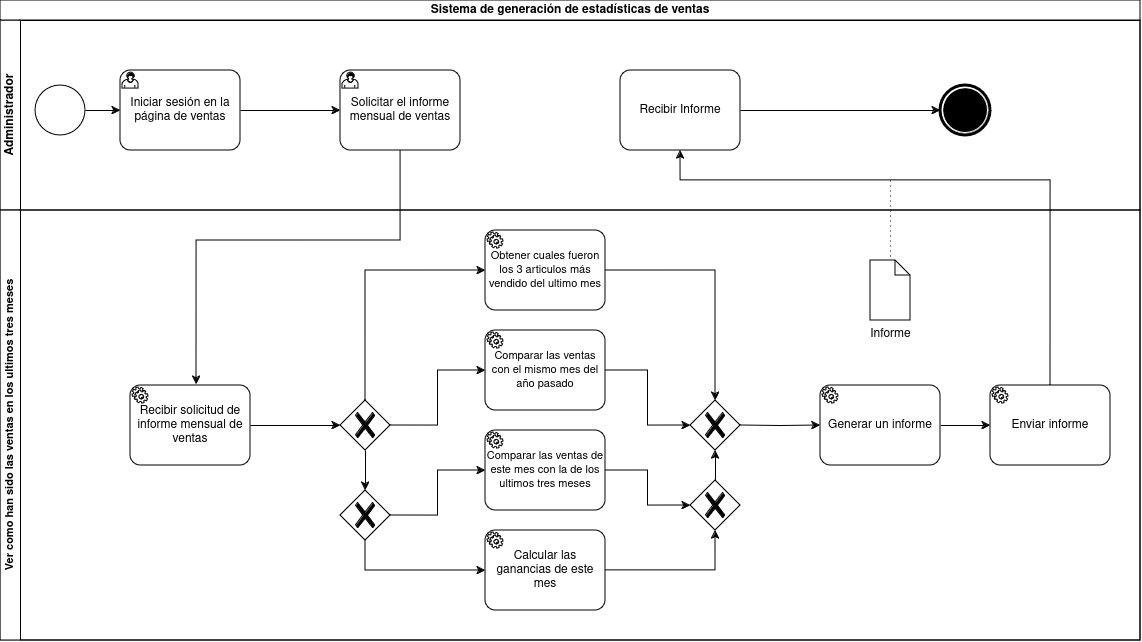
The draw.io diagram assets/DiagramaGeneracionEstadisticasAutomatizado.drawio.png in gis-ir/IR2425-G1-17, before a commit. Source tidied: cells renumbered, new cells last; positions are measured from the earlier drawing's top-left corner, leaving out a move shared by most shapes.
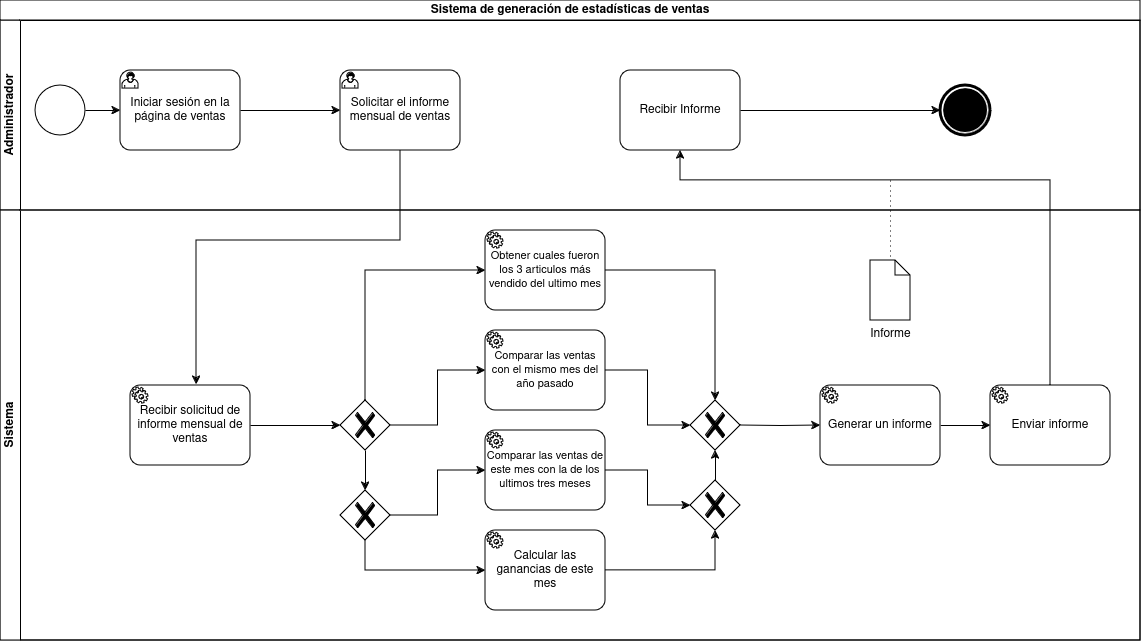
Later version of the same file.

Diff of the diagram source:
```diff
@@ -50,7 +50,7 @@
         </Array>
       </mxGeometry>
     </mxCell>
-    <mxCell id="14" value="&lt;font style=&quot;font-size: 11px;&quot;&gt;Ver como han sido las ventas en los ultimos tres meses&lt;/font&gt;" style="swimlane;html=1;startSize=20;horizontal=0;" parent="2" vertex="1">
+    <mxCell id="14" value="Sistema" style="swimlane;html=1;startSize=20;horizontal=0;" parent="2" vertex="1">
       <mxGeometry y="210" width="1140" height="430" as="geometry" />
     </mxCell>
     <mxCell id="15" value="Recibir solicitud de informe mensual de ventas" style="points=[[0.25,0,0],[0.5,0,0],[0.75,0,0],[1,0.25,0],[1,0.5,0],[1,0.75,0],[0.75,1,0],[0.5,1,0],[0.25,1,0],[0,0.75,0],[0,0.5,0],[0,0.25,0]];shape=mxgraph.bpmn.task;whiteSpace=wrap;rectStyle=rounded;size=10;html=1;taskMarker=service;" parent="14" vertex="1">
```
